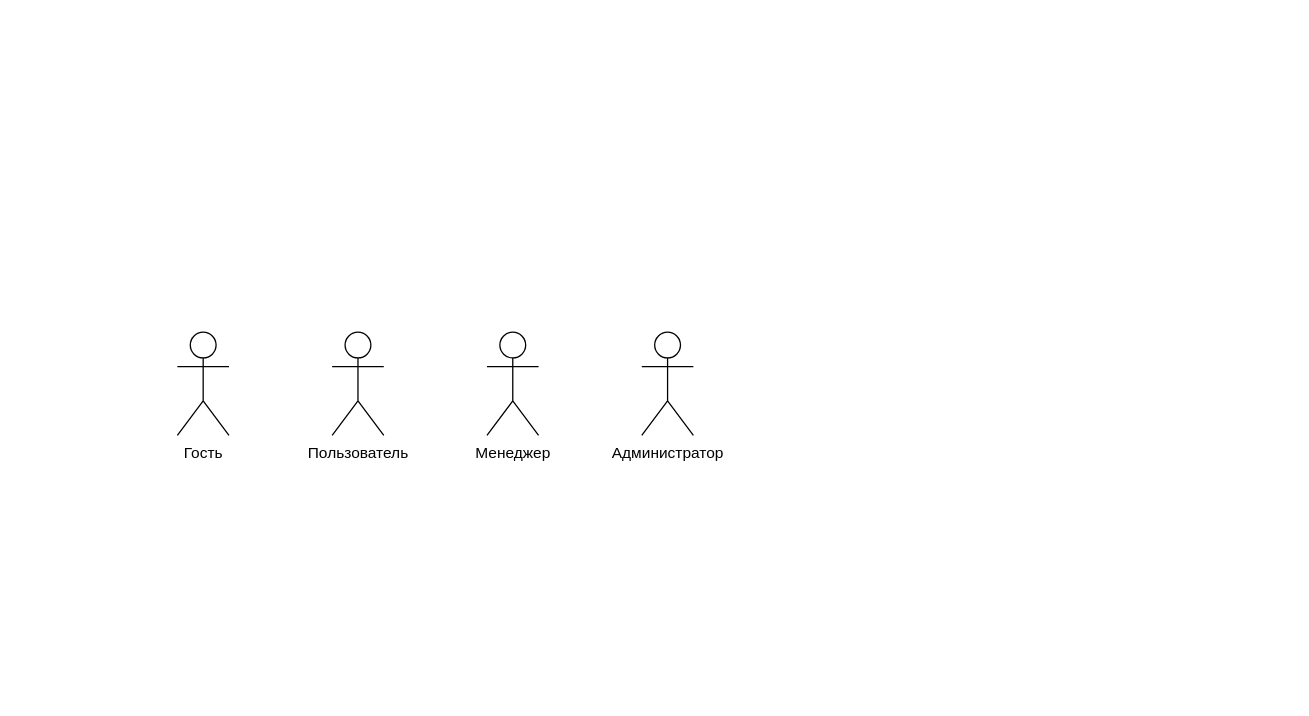
Earlier version of the draw.io diagram Диаграммы/Use Case.drawio (AntonRakov/vkr). Source tidied: cells renumbered, new cells numbered last; positions are measured from the earlier drawing's top-left corner, leaving out a move shared by most shapes. Both pictures are drawn from the tidied source at 129%, with x=0, y=0 at pixel (177, 332).
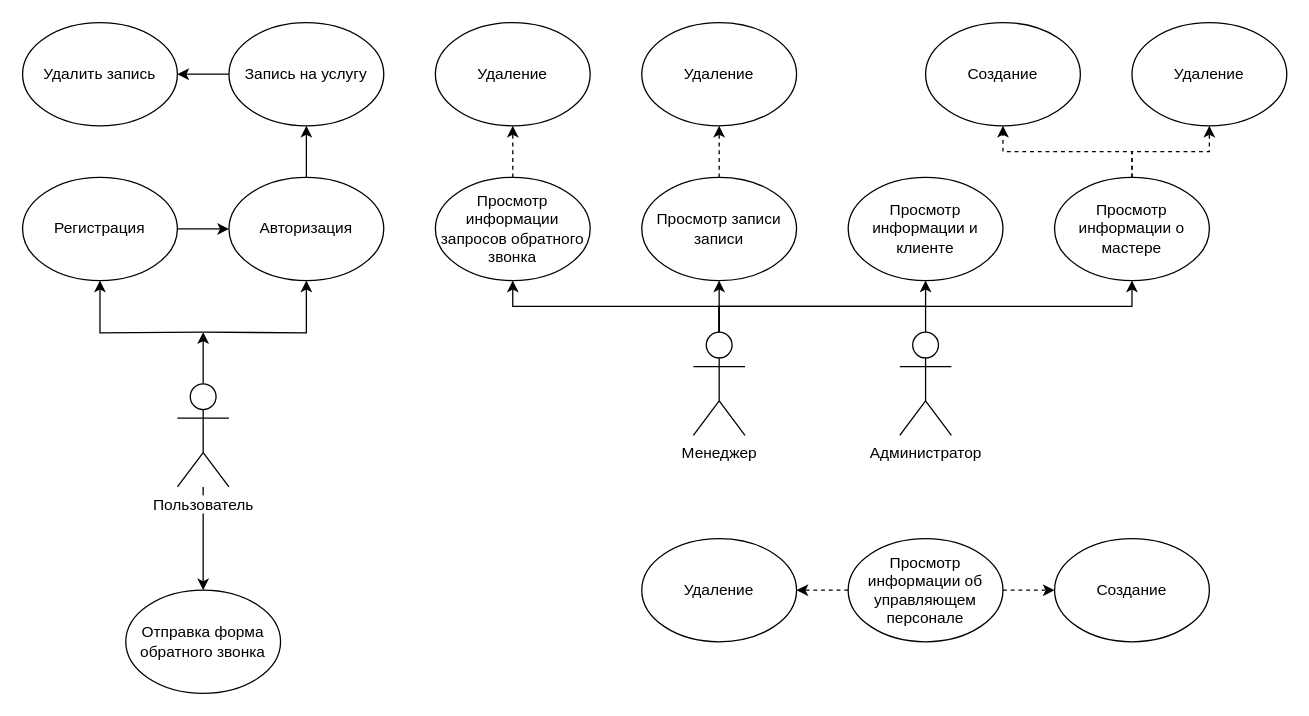
The same diagram, later.

The edit, as a diff of the source:
```diff
@@
-    <mxCell id="2" value="Гость" style="shape=umlActor;verticalLabelPosition=bottom;labelBackgroundColor=#ffffff;verticalAlign=top;html=1;" parent="1" vertex="1">
-      <mxGeometry width="40" height="80" as="geometry" />
-    </mxCell>
+    <mxCell id="6" style="edgeStyle=orthogonalEdgeStyle;rounded=0;jettySize=auto;html=1;exitX=0.5;exitY=0;exitDx=0;exitDy=0;exitPerimeter=0;" parent="1" edge="1" target="16">
+      <mxGeometry relative="1" as="geometry">
+        <mxPoint x="20" as="sourcePoint" />
+      </mxGeometry>
+    </mxCell>
+    <mxCell id="7" style="edgeStyle=orthogonalEdgeStyle;rounded=0;jettySize=auto;html=1;exitX=0.5;exitY=0;exitDx=0;exitDy=0;exitPerimeter=0;" parent="1" edge="1" target="18">
+      <mxGeometry relative="1" as="geometry">
+        <mxPoint x="20" as="sourcePoint" />
+      </mxGeometry>
+    </mxCell>
+    <mxCell id="8" style="edgeStyle=orthogonalEdgeStyle;rounded=0;jettySize=auto;html=1;exitX=0.5;exitY=0;exitDx=0;exitDy=0;exitPerimeter=0;" parent="1" edge="1" source="3">
+      <mxGeometry relative="1" as="geometry">
+        <mxPoint x="20" as="targetPoint" />
+      </mxGeometry>
+    </mxCell>
+    <mxCell id="9" style="edgeStyle=orthogonalEdgeStyle;rounded=0;jettySize=auto;html=1;entryX=0.5;entryY=0;entryDx=0;entryDy=0;" parent="1" edge="1" source="3" target="25">
+      <mxGeometry relative="1" as="geometry" />
+    </mxCell>
     <mxCell id="3" value="Пользователь" style="shape=umlActor;verticalLabelPosition=bottom;labelBackgroundColor=#ffffff;verticalAlign=top;html=1;outlineConnect=0;" parent="1" vertex="1">
-      <mxGeometry x="120" width="40" height="80" as="geometry" />
+      <mxGeometry y="40" width="40" height="80" as="geometry" />
     </mxCell>
+    <mxCell id="10" style="edgeStyle=orthogonalEdgeStyle;rounded=0;jettySize=auto;html=1;exitX=0.5;exitY=0;exitDx=0;exitDy=0;exitPerimeter=0;entryX=0.5;entryY=1;entryDx=0;entryDy=0;" parent="1" edge="1" source="4" target="23">
+      <mxGeometry relative="1" as="geometry" />
+    </mxCell>
+    <mxCell id="11" style="edgeStyle=orthogonalEdgeStyle;rounded=0;jettySize=auto;html=1;exitX=0.5;exitY=0;exitDx=0;exitDy=0;exitPerimeter=0;entryX=0.5;entryY=1;entryDx=0;entryDy=0;" parent="1" edge="1" source="4" target="27">
+      <mxGeometry relative="1" as="geometry" />
+    </mxCell>
+    <mxCell id="12" style="edgeStyle=orthogonalEdgeStyle;rounded=0;jettySize=auto;html=1;exitX=0.5;exitY=0;exitDx=0;exitDy=0;exitPerimeter=0;entryX=0.5;entryY=1;entryDx=0;entryDy=0;" parent="1" edge="1" source="4" target="29">
+      <mxGeometry relative="1" as="geometry" />
+    </mxCell>
+    <mxCell id="13" style="edgeStyle=orthogonalEdgeStyle;rounded=0;jettySize=auto;html=1;exitX=0.5;exitY=0;exitDx=0;exitDy=0;exitPerimeter=0;entryX=0.5;entryY=1;entryDx=0;entryDy=0;" parent="1" edge="1" source="4" target="32">
+      <mxGeometry relative="1" as="geometry" />
+    </mxCell>
     <mxCell id="4" value="Менеджер" style="shape=umlActor;verticalLabelPosition=bottom;labelBackgroundColor=#ffffff;verticalAlign=top;html=1;outlineConnect=0;" parent="1" vertex="1">
-      <mxGeometry x="240" width="40" height="80" as="geometry" />
+      <mxGeometry x="400" width="40" height="80" as="geometry" />
     </mxCell>
+    <mxCell id="14" style="edgeStyle=orthogonalEdgeStyle;rounded=0;jettySize=auto;html=1;exitX=0.5;exitY=0;exitDx=0;exitDy=0;exitPerimeter=0;endArrow=none;endFill=0;" parent="1" edge="1" source="5">
+      <mxGeometry relative="1" as="geometry">
+        <mxPoint x="580" y="-20" as="targetPoint" />
+      </mxGeometry>
+    </mxCell>
     <mxCell id="5" value="Администратор" style="shape=umlActor;verticalLabelPosition=bottom;labelBackgroundColor=#ffffff;verticalAlign=top;html=1;outlineConnect=0;" parent="1" vertex="1">
-      <mxGeometry x="360" width="40" height="80" as="geometry" />
+      <mxGeometry x="560" width="40" height="80" as="geometry" />
     </mxCell>
+    <mxCell id="15" style="edgeStyle=orthogonalEdgeStyle;rounded=0;jettySize=auto;html=1;entryX=0;entryY=0.5;entryDx=0;entryDy=0;" parent="1" edge="1" source="16" target="18">
+      <mxGeometry relative="1" as="geometry" />
+    </mxCell>
+    <mxCell id="16" value="Регистрация" style="ellipse;whiteSpace=wrap;html=1;" parent="1" vertex="1">
+      <mxGeometry x="-120" y="-120" width="120" height="80" as="geometry" />
+    </mxCell>
+    <mxCell id="17" style="edgeStyle=orthogonalEdgeStyle;rounded=0;jettySize=auto;html=1;exitX=0.5;exitY=0;exitDx=0;exitDy=0;entryX=0.5;entryY=1;entryDx=0;entryDy=0;" parent="1" edge="1" source="18" target="20">
+      <mxGeometry relative="1" as="geometry" />
+    </mxCell>
+    <mxCell id="18" value="Авторизация" style="ellipse;whiteSpace=wrap;html=1;" parent="1" vertex="1">
+      <mxGeometry x="40" y="-120" width="120" height="80" as="geometry" />
+    </mxCell>
+    <mxCell id="19" style="edgeStyle=orthogonalEdgeStyle;rounded=0;jettySize=auto;html=1;exitX=0;exitY=0.5;exitDx=0;exitDy=0;entryX=1;entryY=0.5;entryDx=0;entryDy=0;" parent="1" edge="1" source="20" target="21">
+      <mxGeometry relative="1" as="geometry" />
+    </mxCell>
+    <mxCell id="20" value="Запись на услугу" style="ellipse;whiteSpace=wrap;html=1;" parent="1" vertex="1">
+      <mxGeometry x="40" y="-240" width="120" height="80" as="geometry" />
+    </mxCell>
+    <mxCell id="21" value="Удалить запись" style="ellipse;whiteSpace=wrap;html=1;" parent="1" vertex="1">
+      <mxGeometry x="-120" y="-240" width="120" height="80" as="geometry" />
+    </mxCell>
+    <mxCell id="22" style="edgeStyle=orthogonalEdgeStyle;rounded=0;jettySize=auto;html=1;dashed=1;" parent="1" edge="1" source="23" target="24">
+      <mxGeometry relative="1" as="geometry" />
+    </mxCell>
+    <mxCell id="23" value="Просмотр информации запросов обратного звонка" style="ellipse;whiteSpace=wrap;html=1;" parent="1" vertex="1">
+      <mxGeometry x="200" y="-120" width="120" height="80" as="geometry" />
+    </mxCell>
+    <mxCell id="24" value="Удаление" style="ellipse;whiteSpace=wrap;html=1;" parent="1" vertex="1">
+      <mxGeometry x="200" y="-240" width="120" height="80" as="geometry" />
+    </mxCell>
+    <mxCell id="25" value="Отправка форма обратного звонка" style="ellipse;whiteSpace=wrap;html=1;" parent="1" vertex="1">
+      <mxGeometry x="-40" y="200" width="120" height="80" as="geometry" />
+    </mxCell>
+    <mxCell id="26" style="edgeStyle=orthogonalEdgeStyle;rounded=0;jettySize=auto;html=1;dashed=1;" parent="1" edge="1" source="27" target="28">
+      <mxGeometry relative="1" as="geometry" />
+    </mxCell>
+    <mxCell id="27" value="Просмотр записи записи" style="ellipse;whiteSpace=wrap;html=1;" parent="1" vertex="1">
+      <mxGeometry x="360" y="-120" width="120" height="80" as="geometry" />
+    </mxCell>
+    <mxCell id="28" value="Удаление" style="ellipse;whiteSpace=wrap;html=1;" parent="1" vertex="1">
+      <mxGeometry x="360" y="-240" width="120" height="80" as="geometry" />
+    </mxCell>
+    <mxCell id="29" value="Просмотр информации и клиенте" style="ellipse;whiteSpace=wrap;html=1;" parent="1" vertex="1">
+      <mxGeometry x="520" y="-120" width="120" height="80" as="geometry" />
+    </mxCell>
+    <mxCell id="30" style="edgeStyle=orthogonalEdgeStyle;rounded=0;jettySize=auto;html=1;dashed=1;" parent="1" edge="1" source="32" target="34">
+      <mxGeometry relative="1" as="geometry" />
+    </mxCell>
+    <mxCell id="31" style="edgeStyle=orthogonalEdgeStyle;rounded=0;jettySize=auto;html=1;dashed=1;" parent="1" edge="1" source="32" target="33">
+      <mxGeometry relative="1" as="geometry" />
+    </mxCell>
+    <mxCell id="32" value="Просмотр информации о мастере" style="ellipse;whiteSpace=wrap;html=1;" parent="1" vertex="1">
+      <mxGeometry x="680" y="-120" width="120" height="80" as="geometry" />
+    </mxCell>
+    <mxCell id="33" value="Удаление" style="ellipse;whiteSpace=wrap;html=1;" parent="1" vertex="1">
+      <mxGeometry x="740" y="-240" width="120" height="80" as="geometry" />
+    </mxCell>
+    <mxCell id="34" value="Создание" style="ellipse;whiteSpace=wrap;html=1;" parent="1" vertex="1">
+      <mxGeometry x="580" y="-240" width="120" height="80" as="geometry" />
+    </mxCell>
+    <mxCell id="35" value="Удаление" style="ellipse;whiteSpace=wrap;html=1;" parent="1" vertex="1">
+      <mxGeometry x="360" y="160" width="120" height="80" as="geometry" />
+    </mxCell>
+    <mxCell id="36" style="edgeStyle=orthogonalEdgeStyle;rounded=0;jettySize=auto;html=1;exitX=1;exitY=0.5;exitDx=0;exitDy=0;entryX=0;entryY=0.5;entryDx=0;entryDy=0;endArrow=classic;endFill=1;dashed=1;" parent="1" edge="1" source="38" target="39">
+      <mxGeometry relative="1" as="geometry" />
+    </mxCell>
+    <mxCell id="37" style="edgeStyle=orthogonalEdgeStyle;rounded=0;jettySize=auto;html=1;exitX=0;exitY=0.5;exitDx=0;exitDy=0;entryX=1;entryY=0.5;entryDx=0;entryDy=0;dashed=1;endArrow=classic;endFill=1;" parent="1" edge="1" source="38" target="35">
+      <mxGeometry relative="1" as="geometry" />
+    </mxCell>
+    <mxCell id="38" value="Просмотр информации об управляющем персонале" style="ellipse;whiteSpace=wrap;html=1;" parent="1" vertex="1">
+      <mxGeometry x="520" y="160" width="120" height="80" as="geometry" />
+    </mxCell>
+    <mxCell id="39" value="Создание" style="ellipse;whiteSpace=wrap;html=1;" parent="1" vertex="1">
+      <mxGeometry x="680" y="160" width="120" height="80" as="geometry" />
+    </mxCell>
```
